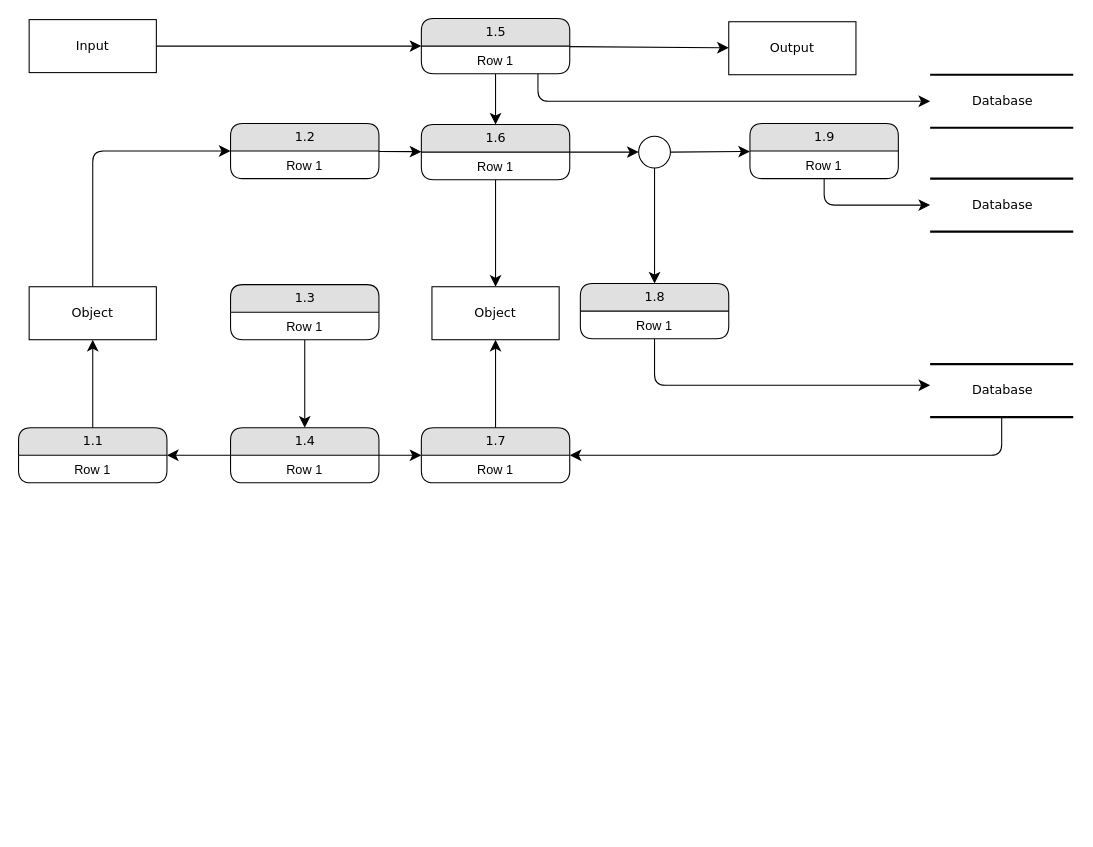
Earlier version of the draw.io diagram 未命名绘图.drawio (TITANXP/diagrams). Source tidied: cells renumbered, new cells numbered last; positions are measured from the earlier drawing's top-left corner, leaving out a move shared by most shapes. Both pictures are drawn from the tidied source at 106%, with x=0, y=0 at pixel (18, 18).
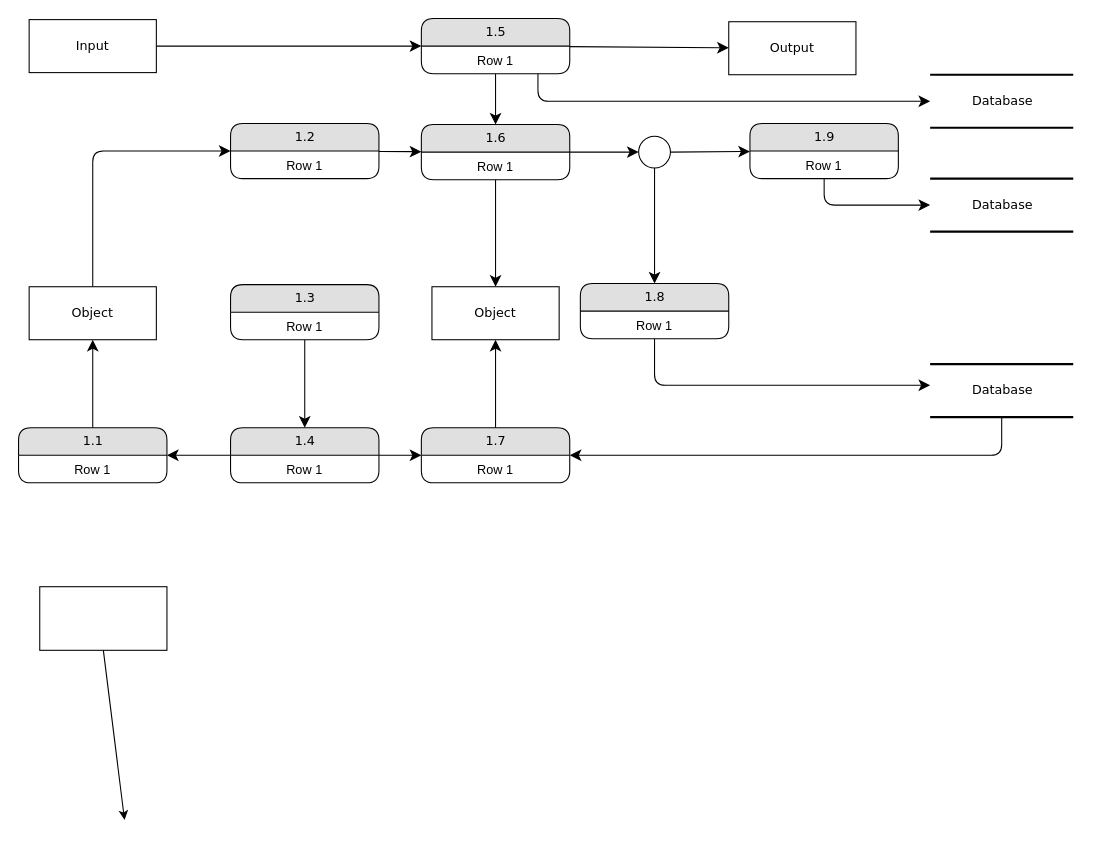
After the change.

Commit message:
更新未命名绘图.drawio

Change to the diagram source:
```diff
@@
+    <mxCell id="46" style="rounded=0;whiteSpace=wrap;html=1;" parent="1" vertex="1">
+      <mxGeometry x="20" y="536" width="120" height="60" as="geometry" />
+    </mxCell>
+    <mxCell id="47" style="endArrow=none;startArrow=classic;html=1;entryX=0.5;entryY=1;entryDx=0;entryDy=0;endFill=0;" parent="1" edge="1" target="46">
+      <mxGeometry relative="1" as="geometry">
+        <mxPoint x="100" y="756" as="sourcePoint" />
+      </mxGeometry>
+    </mxCell>
```
